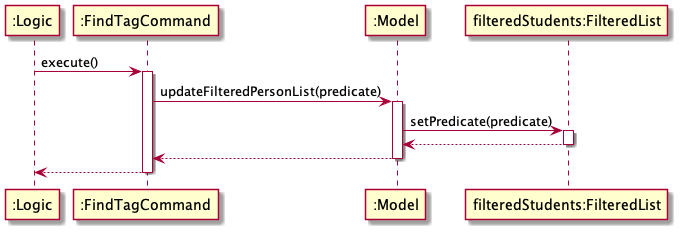
Before: docs/images/FindSequenceDiagram.png, a diagram exported from PlantUML (softmagnet/tp).
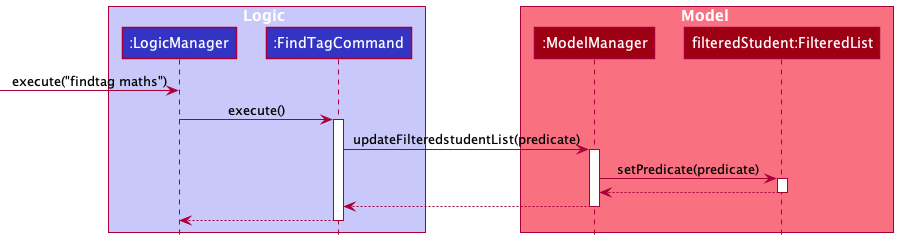
The same diagram one commit later.

Commit message:
split model class diagram and change find command diagram to be of correct style

The edit, as a diff of the source:
```diff
@@ -1,11 +1,29 @@
 @startuml
-":Logic" -> ":FindTagCommand" : execute()
-activate ":FindTagCommand"
-":FindTagCommand" -> ":Model" : updateFilteredPersonList(predicate)
-activate ":Model"
-":Model" -> "filteredStudents:FilteredList" : setPredicate(predicate)
-activate "filteredStudents:FilteredList"
+!include style.puml
+
+box Logic LOGIC_COLOR_T1
+participant ":LogicManager" as LogicManager LOGIC_COLOR
+participant ":FindTagCommand" as FindTagCommand LOGIC_COLOR
+end box
+
+box Model MODEL_COLOR_T1
+participant ":ModelManager" as ModelManager MODEL_COLOR
+participant "filteredStudent:FilteredList" as FilteredStudents MODEL_COLOR
+end box
+
+[-> LogicManager : execute("findtag maths")
+
+LogicManager -> FindTagCommand : execute()
+activate FindTagCommand
+
+FindTagCommand -> ModelManager : updateFilteredstudentList(predicate)
+activate ModelManager
+
+ModelManager -> FilteredStudents : setPredicate(predicate)
+activate FilteredStudents
+
 return
 return
 return
+
 @enduml
```
